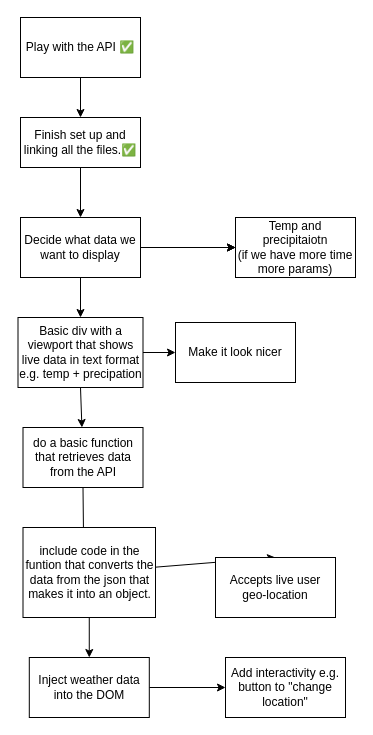
This is plan.drawio from SchoolOfCode/bc16-w3-d4-hackathon-fetch-team-2, a draw.io file, before an edit. Source tidied: cells renumbered, new cells numbered last; positions are measured from the earlier drawing's top-left corner, leaving out a move shared by most shapes. Both pictures are drawn from the tidied source at 100%, with x=0, y=0 at pixel (17, 17).
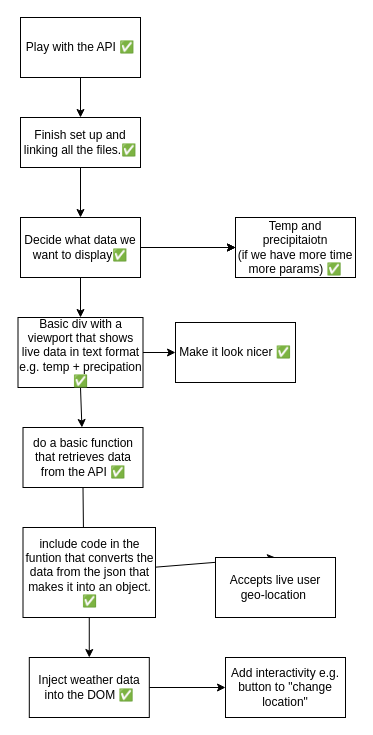
The same diagram, later.

The edit, as a diff of the source:
```diff
@@
-    <mxCell id="6" value="Decide what data we want to display" style="whiteSpace=wrap;html=1;" parent="1" vertex="1">
+    <mxCell id="6" value="Decide what data we want to display✅" style="whiteSpace=wrap;html=1;" parent="1" vertex="1">
       <mxGeometry x="3" y="200" width="120" height="60" as="geometry" />
     </mxCell>
-    <mxCell id="7" value="Temp and precipitaiotn&lt;br&gt;(if we have more time more params)" style="whiteSpace=wrap;html=1;" parent="1" vertex="1">
+    <mxCell id="7" value="Temp and precipitaiotn&lt;br&gt;(if we have more time more params) ✅" style="whiteSpace=wrap;html=1;" parent="1" vertex="1">
       <mxGeometry x="218" y="200" width="120" height="60" as="geometry" />
     </mxCell>
@@
-    <mxCell id="12" value="Basic div with a viewport that shows live data in text format e.g. temp + precipation" style="whiteSpace=wrap;html=1;" parent="1" vertex="1">
+    <mxCell id="12" value="Basic div with a viewport that shows live data in text format e.g. temp + precipation ✅" style="whiteSpace=wrap;html=1;" parent="1" vertex="1">
       <mxGeometry x="0.5" y="300" width="125" height="70" as="geometry" />
     </mxCell>
-    <mxCell id="13" value="Make it look nicer" style="whiteSpace=wrap;html=1;" parent="1" vertex="1">
+    <mxCell id="13" value="Make it look nicer ✅" style="whiteSpace=wrap;html=1;" parent="1" vertex="1">
       <mxGeometry x="158" y="305" width="120" height="60" as="geometry" />
     </mxCell>
@@
-    <mxCell id="15" value="do a basic function that retrieves data from the API" style="whiteSpace=wrap;html=1;" parent="1" vertex="1">
+    <mxCell id="15" value="do a basic function that retrieves data from the API ✅" style="whiteSpace=wrap;html=1;" parent="1" vertex="1">
       <mxGeometry x="5.5" y="410" width="120" height="60" as="geometry" />
     </mxCell>
@@
-    <mxCell id="18" value="include code in the funtion that converts the data from the json that makes it into an object." style="whiteSpace=wrap;html=1;" parent="1" vertex="1">
+    <mxCell id="18" value="include code in the funtion that converts the data from the json that makes it into an object. ✅" style="whiteSpace=wrap;html=1;" parent="1" vertex="1">
       <mxGeometry x="5.5" y="510" width="132.5" height="90" as="geometry" />
     </mxCell>
-    <mxCell id="19" value="Accepts live user geo-location" style="whiteSpace=wrap;html=1;" parent="1" vertex="1">
+    <mxCell id="19" value="Accepts live user geo-location&amp;nbsp;" style="whiteSpace=wrap;html=1;" parent="1" vertex="1">
       <mxGeometry x="198" y="540" width="120" height="60" as="geometry" />
     </mxCell>
@@
-    <mxCell id="21" value="Inject weather data into the DOM" style="whiteSpace=wrap;html=1;" parent="1" vertex="1">
+    <mxCell id="21" value="Inject weather data into the DOM ✅" style="whiteSpace=wrap;html=1;" parent="1" vertex="1">
       <mxGeometry x="11.8" y="640" width="120" height="60" as="geometry" />
     </mxCell>
```
